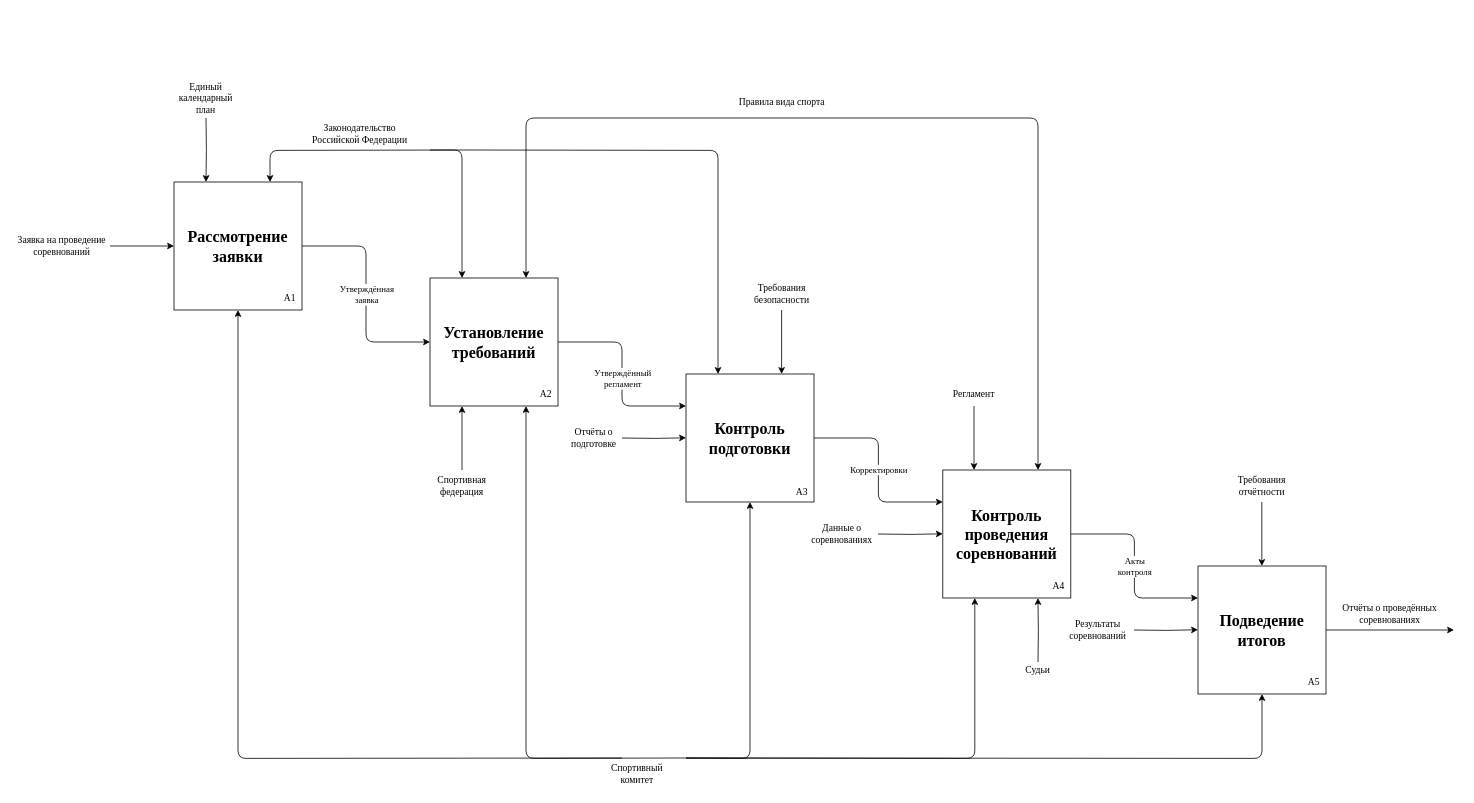
antonch985/Education keeps this draw.io diagram as page "IDEF0 (декомпозиция)" (2 of 11) of Диаграммы ИС «Спортивный комитет».drawio. Above is the earlier version. Source tidied: cells renumbered, new cells numbered last; positions are measured from the earlier drawing's top-left corner, leaving out a move shared by most shapes. Both pictures are drawn from the tidied source at 80%, with x=0, y=0 at pixel (14, 78).
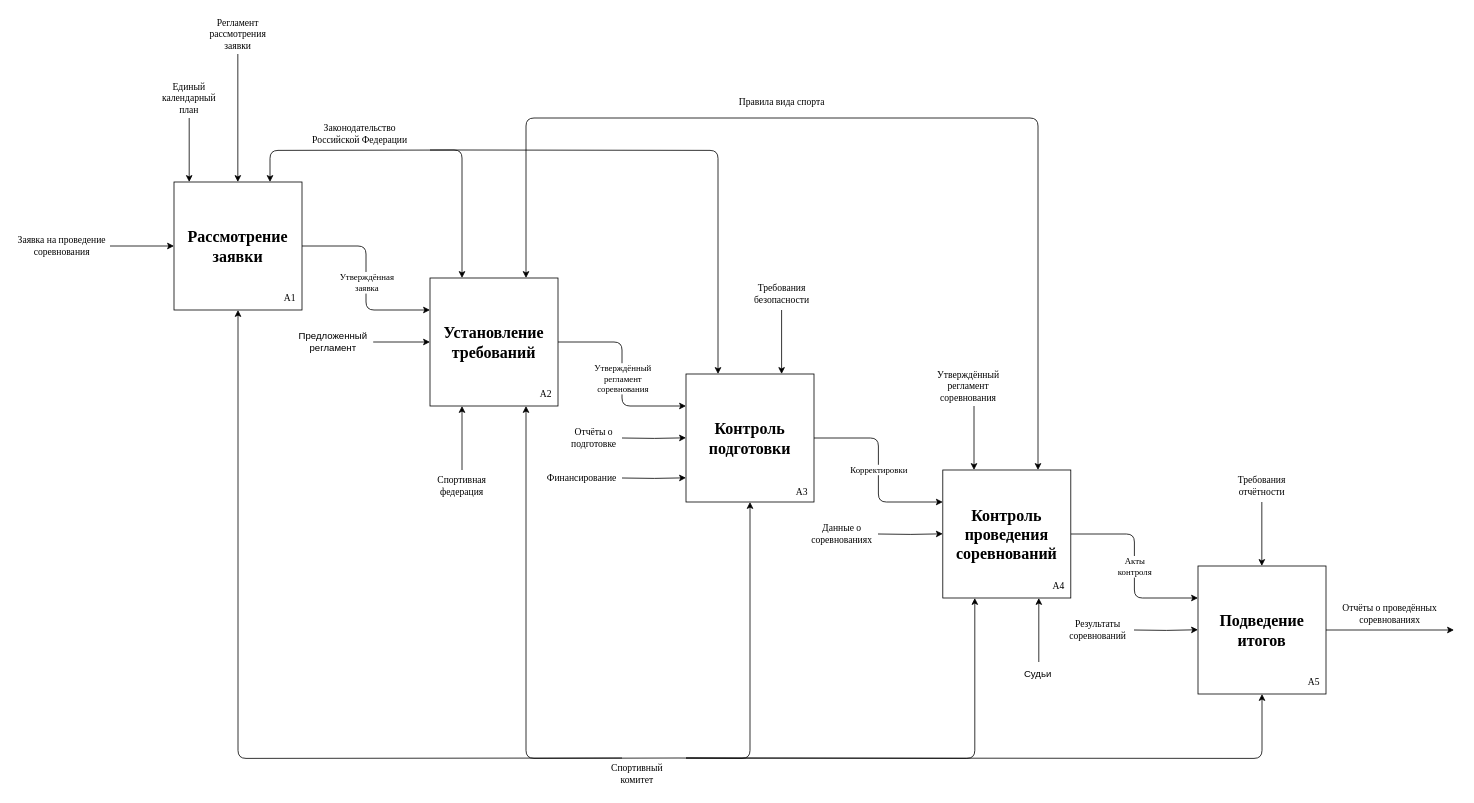
The same diagram, later.

The change refers to these unchanged cells:
```xml
<mxCell id="4" value="Рассмотрение&lt;div&gt;заявки&lt;/div&gt;" style="rounded=0;whiteSpace=wrap;html=1;fontStyle=1;fontSize=20;fontFamily=Times New Roman;arcSize=2;" parent="1" vertex="1">
  <mxGeometry x="200" y="130" width="160" height="160" as="geometry" />
</mxCell>
<mxCell id="13" style="edgeStyle=orthogonalEdgeStyle;rounded=1;jettySize=auto;html=1;exitX=1;exitY=0.5;exitDx=0;exitDy=0;entryX=0;entryY=0.25;entryDx=0;entryDy=0;curved=0;fontFamily=Times New Roman;" parent="1" edge="1" source="15" target="18">
  <mxGeometry relative="1" as="geometry" />
</mxCell>
<mxCell id="15" value="Установление требований" style="rounded=0;whiteSpace=wrap;html=1;fontStyle=1;fontSize=20;fontFamily=Times New Roman;" parent="1" vertex="1">
  <mxGeometry x="520" y="250" width="160" height="160" as="geometry" />
</mxCell>
<mxCell id="21" value="Контроль проведения соревнований" style="rounded=0;whiteSpace=wrap;html=1;fontStyle=1;fontSize=20;fontFamily=Times New Roman;miterlimit=4;" parent="1" vertex="1">
  <mxGeometry x="1161" y="490" width="160" height="160" as="geometry" />
</mxCell>
```

Diff of the diagram source:
```diff
@@
-    <mxCell id="2" style="edgeStyle=orthogonalEdgeStyle;rounded=1;jettySize=auto;html=1;entryX=0;entryY=0.5;entryDx=0;entryDy=0;curved=0;fontFamily=Times New Roman;" parent="1" edge="1" source="4" target="15">
+    <mxCell id="2" style="edgeStyle=orthogonalEdgeStyle;rounded=1;jettySize=auto;html=1;entryX=0;entryY=0.25;entryDx=0;entryDy=0;curved=0;fontFamily=Times New Roman;" parent="1" edge="1" source="4" target="15">
       <mxGeometry relative="1" as="geometry" />
     </mxCell>
@@
-    <mxCell id="6" value="Заявка на проведение соревнований" style="text;html=1;whiteSpace=wrap;strokeColor=none;fillColor=none;align=center;verticalAlign=middle;rounded=0;fontFamily=Times New Roman;" parent="1" vertex="1">
+    <mxCell id="6" value="Заявка на проведение соревнования" style="text;html=1;whiteSpace=wrap;strokeColor=none;fillColor=none;align=center;verticalAlign=middle;rounded=0;fontFamily=Times New Roman;" parent="1" vertex="1">
       <mxGeometry y="190" width="120" height="40" as="geometry" />
     </mxCell>
@@
-    <mxCell id="14" value="Утверждённый&lt;div&gt;регламент&lt;/div&gt;" style="edgeLabel;html=1;align=center;verticalAlign=middle;fontFamily=Times New Roman;" parent="13" vertex="1">
+    <mxCell id="14" value="Утверждённый&lt;div&gt;регламент&lt;/div&gt;&lt;div&gt;соревнования&lt;/div&gt;" style="edgeLabel;html=1;align=center;verticalAlign=middle;fontFamily=Times New Roman;" parent="13" vertex="1">
       <mxGeometry x="-0.25" y="1" relative="1" as="geometry">
         <mxPoint x="-1" y="35" as="offset" />
       </mxGeometry>
     </mxCell>
@@
-    <mxCell id="29" style="edgeStyle=orthogonalEdgeStyle;rounded=0;jettySize=auto;html=1;entryX=0.25;entryY=0;entryDx=0;entryDy=0;fontFamily=Times New Roman;" parent="1" edge="1" target="4">
+    <mxCell id="29" style="edgeStyle=orthogonalEdgeStyle;rounded=0;orthogonalLoop=1;jettySize=auto;html=1;entryX=0.25;entryY=0;entryDx=0;entryDy=0;fontFamily=Times New Roman;" parent="1" edge="1">
       <mxGeometry relative="1" as="geometry">
-        <mxPoint x="240" y="50" as="sourcePoint" />
+        <mxPoint x="219" y="50" as="sourcePoint" />
+        <mxPoint x="219" y="130" as="targetPoint" />
       </mxGeometry>
     </mxCell>
     <mxCell id="30" value="Единый&lt;div&gt;календарный&lt;div&gt;план&lt;/div&gt;&lt;/div&gt;" style="text;html=1;whiteSpace=wrap;strokeColor=none;fillColor=none;align=center;verticalAlign=middle;rounded=0;fontFamily=Times New Roman;" parent="1" vertex="1">
-      <mxGeometry x="200" width="80" height="50" as="geometry" />
+      <mxGeometry x="179" width="80" height="50" as="geometry" />
     </mxCell>
@@
-    <mxCell id="39" style="edgeStyle=orthogonalEdgeStyle;rounded=0;orthogonalLoop=1;jettySize=auto;html=1;fontFamily=Times New Roman;" parent="1" edge="1">
-      <mxGeometry relative="1" as="geometry">
-        <mxPoint x="1280" y="730" as="sourcePoint" />
-        <mxPoint x="1279.9" y="650" as="targetPoint" />
-      </mxGeometry>
-    </mxCell>
-    <mxCell id="40" value="Судьи" style="text;html=1;whiteSpace=wrap;strokeColor=none;fillColor=none;align=center;verticalAlign=middle;rounded=0;fontFamily=Times New Roman;" parent="1" vertex="1">
-      <mxGeometry x="1260" y="730" width="40" height="20" as="geometry" />
-    </mxCell>
@@
-    <mxCell id="42" value="Регламент" style="text;html=1;whiteSpace=wrap;strokeColor=none;fillColor=none;align=center;verticalAlign=middle;rounded=0;fontFamily=Times New Roman;" parent="1" vertex="1">
-      <mxGeometry x="1170" y="380" width="60" height="30" as="geometry" />
+    <mxCell id="42" value="Утверждённый регламент соревнования" style="text;html=1;whiteSpace=wrap;strokeColor=none;fillColor=none;align=center;verticalAlign=middle;rounded=0;fontFamily=Times New Roman;" parent="1" vertex="1">
+      <mxGeometry x="1149" y="360" width="88" height="50" as="geometry" />
     </mxCell>
@@
+    <mxCell id="54" style="edgeStyle=orthogonalEdgeStyle;rounded=0;orthogonalLoop=1;jettySize=auto;html=1;fontFamily=Times New Roman;" parent="1" edge="1">
+      <mxGeometry relative="1" as="geometry">
+        <mxPoint x="760" y="500" as="sourcePoint" />
+        <mxPoint x="840" y="499.8" as="targetPoint" />
+      </mxGeometry>
+    </mxCell>
+    <mxCell id="55" value="Финансирование" style="text;html=1;whiteSpace=wrap;strokeColor=none;fillColor=none;align=center;verticalAlign=middle;rounded=0;fontFamily=Times New Roman;" parent="1" vertex="1">
+      <mxGeometry x="660" y="480" width="100" height="40" as="geometry" />
+    </mxCell>
+    <mxCell id="56" style="endArrow=classic;html=1;rounded=0;entryX=0;entryY=0.5;entryDx=0;entryDy=0;" parent="1" edge="1" target="15">
+      <mxGeometry relative="1" as="geometry">
+        <mxPoint x="449" y="330" as="sourcePoint" />
+      </mxGeometry>
+    </mxCell>
+    <mxCell id="57" value="Предложенный регламент" style="text;html=1;whiteSpace=wrap;strokeColor=none;fillColor=none;align=center;verticalAlign=middle;rounded=0;" parent="1" vertex="1">
+      <mxGeometry x="349" y="310" width="100" height="40" as="geometry" />
+    </mxCell>
+    <mxCell id="58" style="edgeStyle=orthogonalEdgeStyle;rounded=0;jettySize=auto;html=1;entryX=0.75;entryY=1;entryDx=0;entryDy=0;" parent="1" edge="1" target="21">
+      <mxGeometry relative="1" as="geometry">
+        <mxPoint x="1281" y="730" as="sourcePoint" />
+        <Array as="points">
+          <mxPoint x="1281" y="700" />
+          <mxPoint x="1281" y="700" />
+        </Array>
+      </mxGeometry>
+    </mxCell>
+    <mxCell id="40" value="Судьи" style="text;html=1;whiteSpace=wrap;strokeColor=none;fillColor=none;align=center;verticalAlign=middle;rounded=0;" parent="1" vertex="1">
+      <mxGeometry x="1250" y="730" width="60" height="30" as="geometry" />
+    </mxCell>
+    <mxCell id="59" value="Регламент рассмотрения заявки" style="text;html=1;whiteSpace=wrap;strokeColor=none;fillColor=none;align=center;verticalAlign=middle;rounded=0;fontFamily=Times New Roman;" parent="1" vertex="1">
+      <mxGeometry x="240" y="-80" width="80" height="50" as="geometry" />
+    </mxCell>
+    <mxCell id="60" style="endArrow=classic;html=1;rounded=0;" parent="1" edge="1">
+      <mxGeometry relative="1" as="geometry">
+        <mxPoint x="279.8" y="-30" as="sourcePoint" />
+        <mxPoint x="279.8" y="130" as="targetPoint" />
+      </mxGeometry>
+    </mxCell>
```
